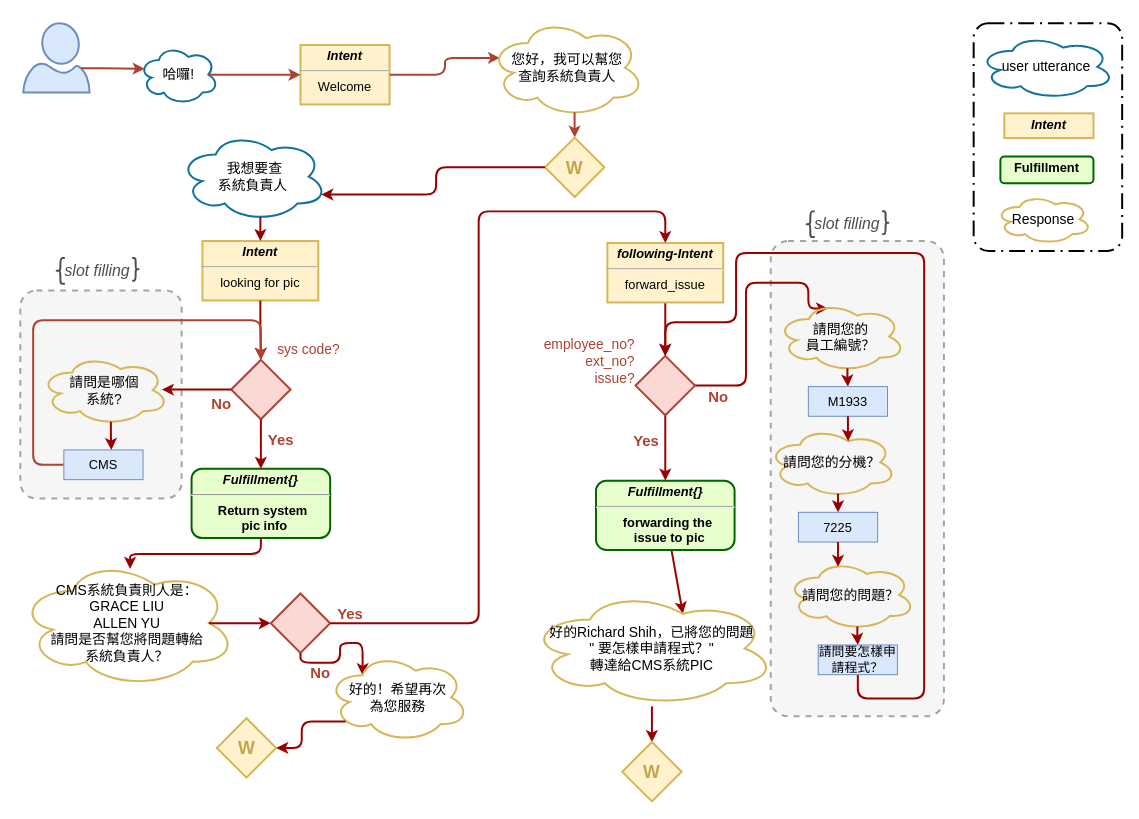
Above: page "system_pic" (2 of 4) of resources/assets/qa_bot dialog flow.drawio in shihxuancheng/qa_bot (draw.io), before the change. Source tidied: cells renumbered, new cells numbered last; positions are measured from the earlier drawing's top-left corner, leaving out a move shared by most shapes. Both pictures are drawn from the tidied source at 99%, with x=0, y=0 at pixel (18, 18).
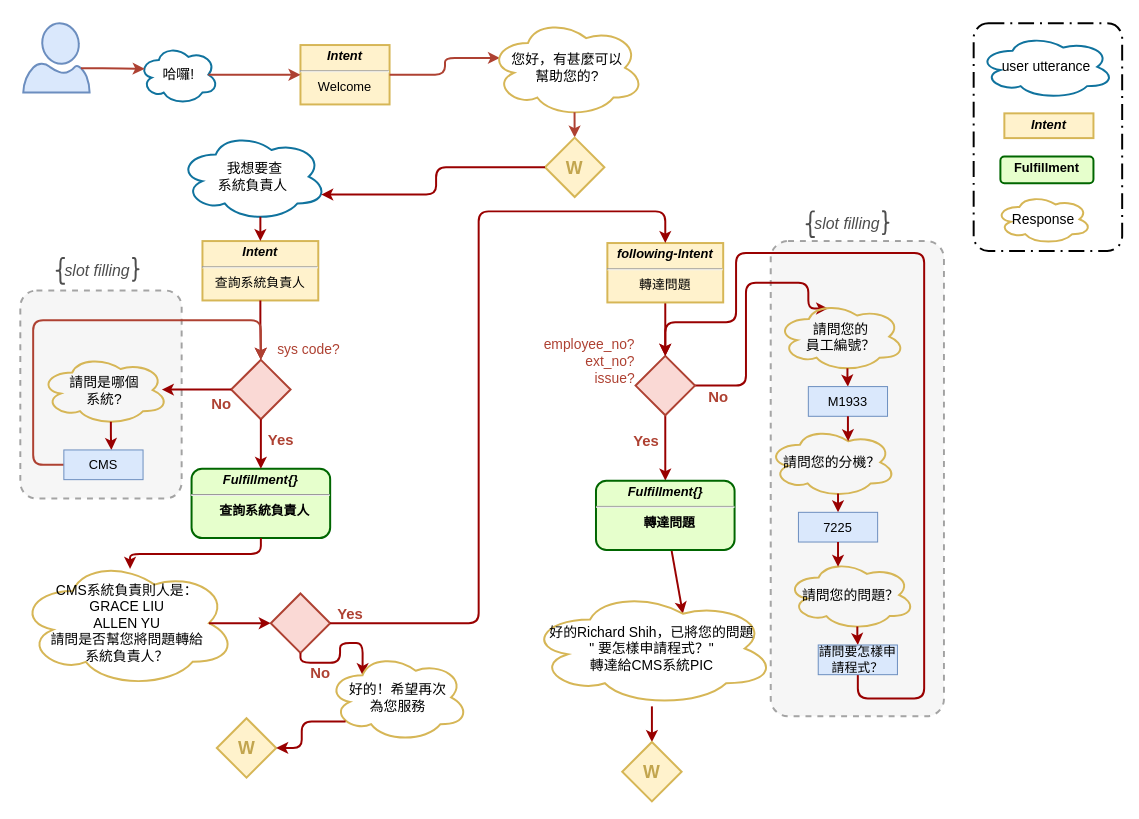
After the change.

Change to the diagram source:
```diff
@@
-    <mxCell id="10" value="您好，我可以幫您&lt;br&gt;查詢系統負責人" style="ellipse;shape=cloud;whiteSpace=wrap;html=1;rounded=0;shadow=0;glass=0;comic=0;strokeColor=#D6B656;strokeWidth=2;fillColor=none;fontSize=14;" parent="1" vertex="1">
+    <mxCell id="10" value="您好，有甚麼可以&lt;br&gt;幫助您的?" style="ellipse;shape=cloud;whiteSpace=wrap;html=1;rounded=0;shadow=0;glass=0;comic=0;strokeColor=#D6B656;strokeWidth=2;fillColor=none;fontSize=14;" parent="1" vertex="1">
       <mxGeometry x="475.5" width="157" height="100" as="geometry" />
     </mxCell>
@@
-    <mxCell id="13" value="&lt;p style=&quot;margin: 4px 0px 0px ; font-size: 13px&quot;&gt;&lt;b style=&quot;font-size: 13px&quot;&gt;&lt;i style=&quot;font-size: 13px&quot;&gt;Intent&lt;/i&gt;&lt;/b&gt;&lt;/p&gt;&lt;hr style=&quot;font-size: 13px&quot;&gt;&lt;div style=&quot;height: 2px ; font-size: 13px&quot;&gt;looking for pic&lt;/div&gt;" style="verticalAlign=top;align=center;overflow=fill;fontSize=13;fontFamily=Helvetica;html=1;fillColor=#fff2cc;strokeColor=#d6b656;gradientColor=none;strokeWidth=2;" parent="1" vertex="1">
+    <mxCell id="13" value="&lt;p style=&quot;margin: 4px 0px 0px ; font-size: 13px&quot;&gt;&lt;b style=&quot;font-size: 13px&quot;&gt;&lt;i style=&quot;font-size: 13px&quot;&gt;Intent&lt;/i&gt;&lt;/b&gt;&lt;/p&gt;&lt;hr style=&quot;font-size: 13px&quot;&gt;&lt;div style=&quot;height: 2px ; font-size: 13px&quot;&gt;查詢系統負責人&lt;/div&gt;" style="verticalAlign=top;align=center;overflow=fill;fontSize=13;fontFamily=Helvetica;html=1;fillColor=#fff2cc;strokeColor=#d6b656;gradientColor=none;strokeWidth=2;" parent="1" vertex="1">
       <mxGeometry x="186" y="225" width="117" height="60" as="geometry" />
     </mxCell>
@@
-    <mxCell id="16" value="&lt;p style=&quot;margin: 4px 0px 0px ; font-size: 13px&quot;&gt;&lt;strong style=&quot;font-size: 13px&quot;&gt;&lt;i&gt;Fulfillment{}&lt;/i&gt;&lt;/strong&gt;&lt;/p&gt;&lt;hr style=&quot;font-size: 13px&quot;&gt;&lt;p style=&quot;margin: 0px 0px 0px 8px ; font-size: 13px&quot;&gt;Return system&amp;nbsp;&lt;/p&gt;&lt;p style=&quot;margin: 0px 0px 0px 8px ; font-size: 13px&quot;&gt;pic info&lt;/p&gt;" style="verticalAlign=middle;align=center;overflow=fill;fontSize=13;fontFamily=Helvetica;html=1;rounded=1;fontStyle=1;strokeWidth=2;fillColor=#E6FFCC;strokeColor=#006600;" parent="1" vertex="1">
+    <mxCell id="16" value="&lt;p style=&quot;margin: 4px 0px 0px ; font-size: 13px&quot;&gt;&lt;strong style=&quot;font-size: 13px&quot;&gt;&lt;i&gt;Fulfillment{}&lt;/i&gt;&lt;/strong&gt;&lt;/p&gt;&lt;hr style=&quot;font-size: 13px&quot;&gt;&lt;p style=&quot;margin: 0px 0px 0px 8px ; font-size: 13px&quot;&gt;查詢系統負責人&lt;/p&gt;" style="verticalAlign=middle;align=center;overflow=fill;fontSize=13;fontFamily=Helvetica;html=1;rounded=1;fontStyle=1;strokeWidth=2;fillColor=#E6FFCC;strokeColor=#006600;" parent="1" vertex="1">
       <mxGeometry x="175" y="455" width="140" height="70" as="geometry" />
     </mxCell>
@@
-    <mxCell id="33" value="&lt;p style=&quot;margin: 4px 0px 0px ; font-size: 13px&quot;&gt;&lt;b style=&quot;font-size: 13px&quot;&gt;&lt;i style=&quot;font-size: 13px&quot;&gt;following-Intent&lt;/i&gt;&lt;/b&gt;&lt;/p&gt;&lt;hr style=&quot;font-size: 13px&quot;&gt;&lt;div style=&quot;height: 2px ; font-size: 13px&quot;&gt;forward_issue&lt;/div&gt;" style="verticalAlign=top;align=center;overflow=fill;fontSize=13;fontFamily=Helvetica;html=1;fillColor=#fff2cc;strokeColor=#d6b656;gradientColor=none;strokeWidth=2;" parent="1" vertex="1">
+    <mxCell id="33" value="&lt;p style=&quot;margin: 4px 0px 0px ; font-size: 13px&quot;&gt;&lt;b style=&quot;font-size: 13px&quot;&gt;&lt;i style=&quot;font-size: 13px&quot;&gt;following-Intent&lt;/i&gt;&lt;/b&gt;&lt;/p&gt;&lt;hr style=&quot;font-size: 13px&quot;&gt;&lt;div style=&quot;height: 2px ; font-size: 13px&quot;&gt;轉達問題&lt;/div&gt;" style="verticalAlign=top;align=center;overflow=fill;fontSize=13;fontFamily=Helvetica;html=1;fillColor=#fff2cc;strokeColor=#d6b656;gradientColor=none;strokeWidth=2;" parent="1" vertex="1">
       <mxGeometry x="595" y="227" width="117" height="60" as="geometry" />
     </mxCell>
@@
-    <mxCell id="64" value="&lt;p style=&quot;margin: 4px 0px 0px ; font-size: 13px&quot;&gt;&lt;strong style=&quot;font-size: 13px&quot;&gt;&lt;i&gt;Fulfillment{}&lt;/i&gt;&lt;/strong&gt;&lt;/p&gt;&lt;hr style=&quot;font-size: 13px&quot;&gt;&lt;p style=&quot;margin: 0px 0px 0px 8px ; font-size: 13px&quot;&gt;forwarding the&amp;nbsp;&lt;/p&gt;&lt;p style=&quot;margin: 0px 0px 0px 8px ; font-size: 13px&quot;&gt;issue to pic&lt;/p&gt;" style="verticalAlign=middle;align=center;overflow=fill;fontSize=13;fontFamily=Helvetica;html=1;rounded=1;fontStyle=1;strokeWidth=2;fillColor=#E6FFCC;strokeColor=#006600;" parent="1" vertex="1">
+    <mxCell id="64" value="&lt;p style=&quot;margin: 4px 0px 0px ; font-size: 13px&quot;&gt;&lt;strong style=&quot;font-size: 13px&quot;&gt;&lt;i&gt;Fulfillment{}&lt;/i&gt;&lt;/strong&gt;&lt;/p&gt;&lt;hr style=&quot;font-size: 13px&quot;&gt;&lt;p style=&quot;margin: 0px 0px 0px 8px ; font-size: 13px&quot;&gt;轉達問題&lt;/p&gt;" style="verticalAlign=middle;align=center;overflow=fill;fontSize=13;fontFamily=Helvetica;html=1;rounded=1;fontStyle=1;strokeWidth=2;fillColor=#E6FFCC;strokeColor=#006600;" parent="1" vertex="1">
       <mxGeometry x="583.5" y="467" width="140" height="70" as="geometry" />
     </mxCell>
```
